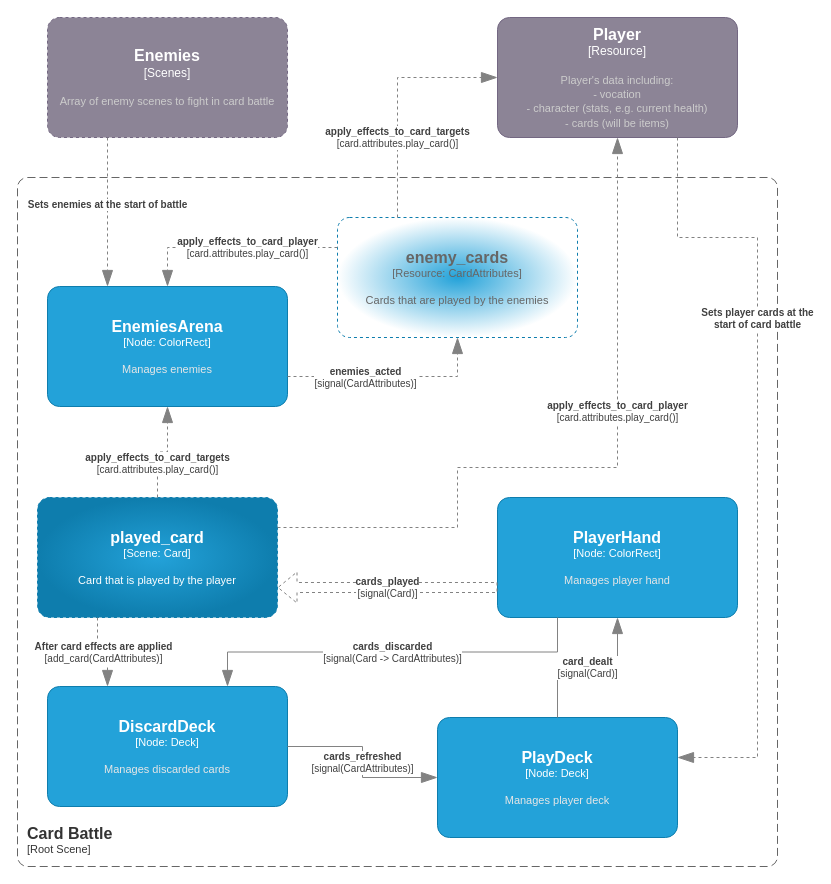
The draw.io diagram page "CardBattle Scene" (2 of 2) of docs/system_context.drawio in joverlee521/dragon-cards, before the edit. Source tidied: cells renumbered, new cells numbered last; positions are measured from the earlier drawing's top-left corner, leaving out a move shared by most shapes. Both pictures are drawn from the tidied source at 100%, with x=0, y=0 at pixel (17, 17).
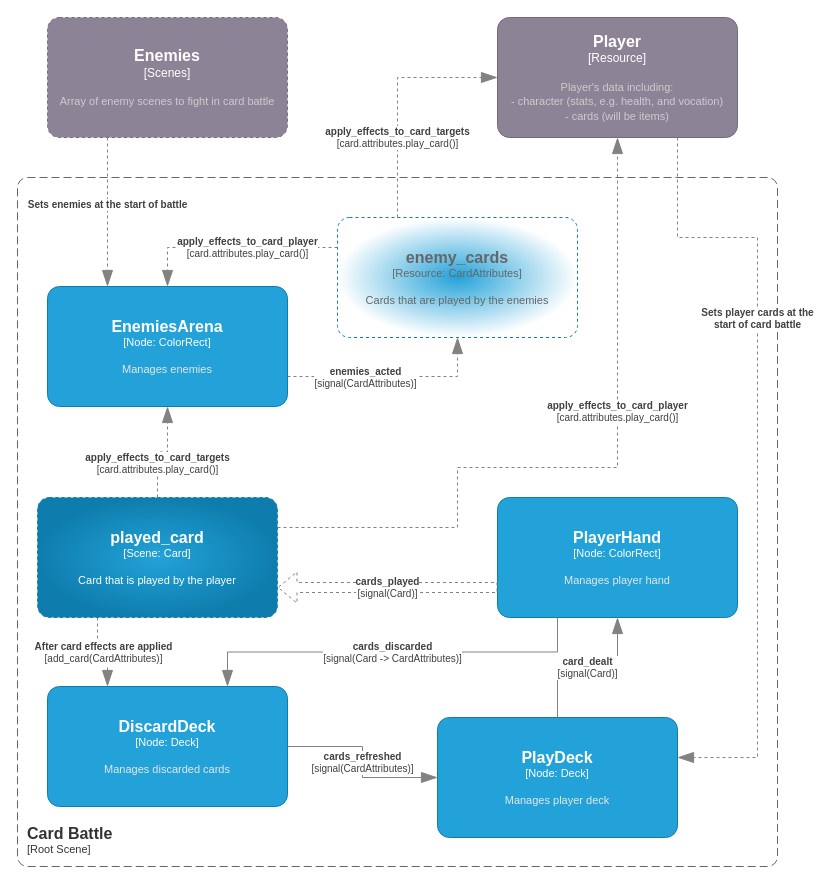
The same page after the edit.

Commit message (it also covers changes not shown here):
docs: Update Player resource

What changed in the source:
```diff
@@
-    <object id="7" label="&lt;font style=&quot;font-size: 16px&quot;&gt;&lt;b&gt;%c4Name%&lt;/b&gt;&lt;/font&gt;&lt;div&gt;[%c4Type%]&lt;/div&gt;&lt;br&gt;&lt;div&gt;&lt;font style=&quot;font-size: 11px&quot;&gt;&lt;font color=&quot;#cccccc&quot;&gt;%c4Description%&lt;/font&gt;&lt;/div&gt;" c4Description="Player's data including:&#10;- vocation&#10;- character (stats, e.g. current health)&#10;- cards (will be items)" c4Name="Player" c4Type="Resource" placeholders="1">
+    <object id="7" label="&lt;font style=&quot;font-size: 16px&quot;&gt;&lt;b&gt;%c4Name%&lt;/b&gt;&lt;/font&gt;&lt;div&gt;[%c4Type%]&lt;/div&gt;&lt;br&gt;&lt;div&gt;&lt;font style=&quot;font-size: 11px&quot;&gt;&lt;font color=&quot;#cccccc&quot;&gt;%c4Description%&lt;/font&gt;&lt;/font&gt;&lt;/div&gt;" c4Description="Player's data including:&#10;- character (stats, e.g. health, and vocation)&#10;- cards (will be items)" c4Name="Player" c4Type="Resource" placeholders="1">
       <mxCell style="rounded=1;whiteSpace=wrap;html=1;labelBackgroundColor=none;fillColor=#8C8496;fontColor=#ffffff;align=center;arcSize=10;strokeColor=#736782;points=[[0.25,0,0],[0.5,0,0],[0.75,0,0],[1,0.25,0],[1,0.5,0],[1,0.75,0],[0.75,1,0],[0.5,1,0],[0.25,1,0],[0,0.75,0],[0,0.5,0],[0,0.25,0]];" parent="1" vertex="1">
         <mxGeometry x="480" width="240" height="120" as="geometry" />
       </mxCell>
     </object>
```
